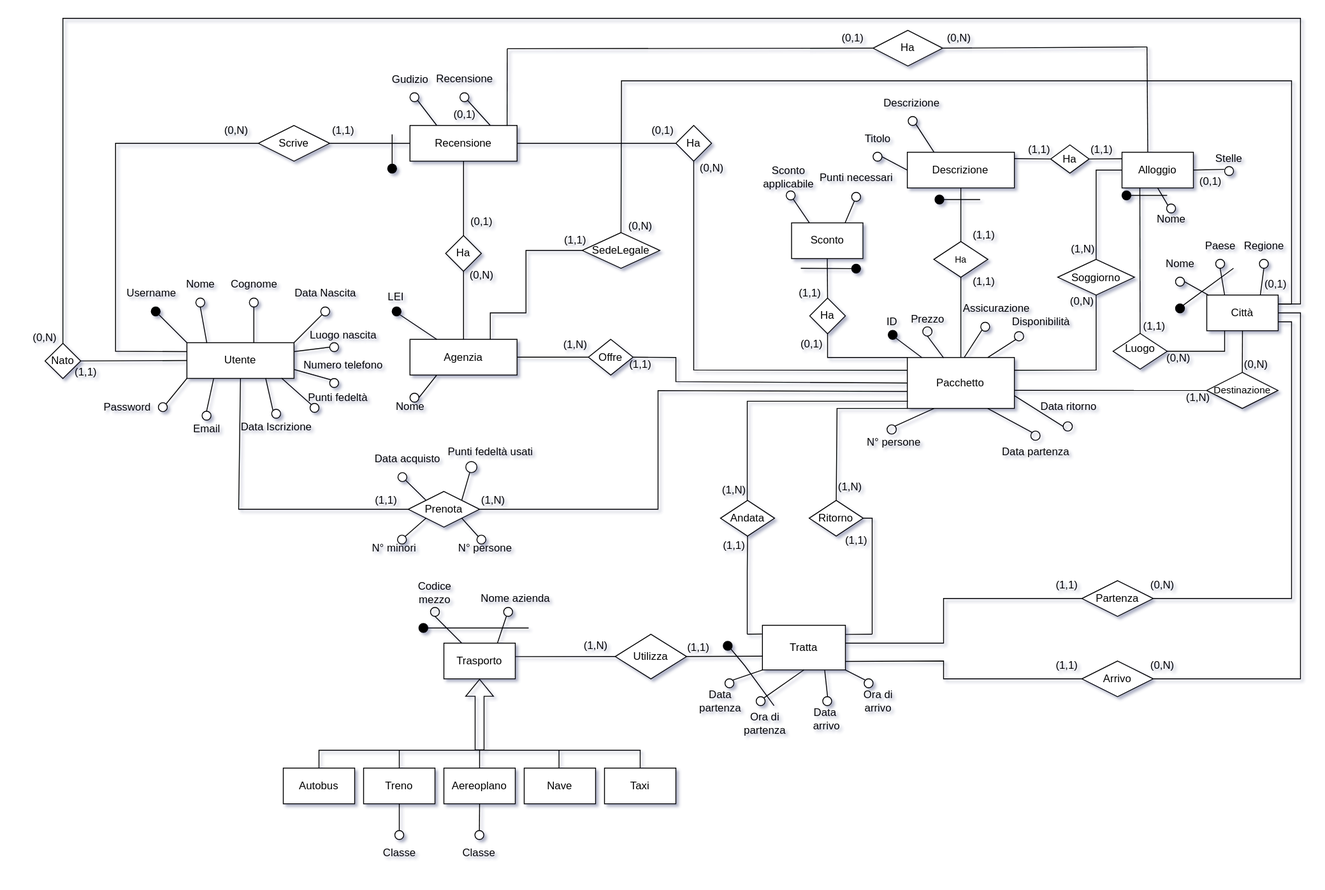
Before: relazione/assets/ER_logico.svg, a diagram exported from draw.io (bustre/Easy-travel). Source tidied: cells renumbered, new cells last; positions are measured from the earlier drawing's top-left corner, leaving out a move shared by most shapes.
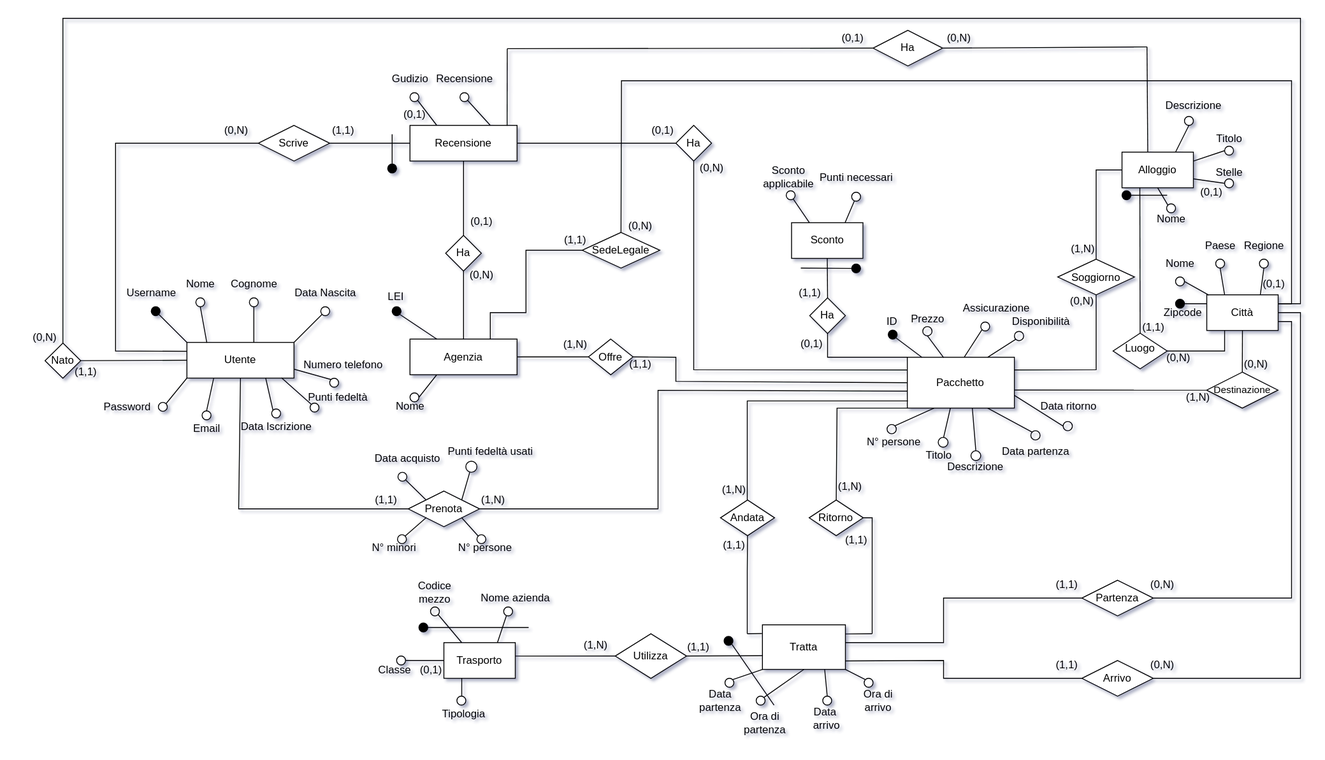
The same file after the commit.

Change to the diagram source:
```diff
@@ -112,13 +112,11 @@
     <mxCell id="37" value="Regione" style="text;html=1;align=center;verticalAlign=middle;strokeColor=none;fillColor=none;" parent="1" vertex="1">
       <mxGeometry x="1361" y="240" width="70" height="30" as="geometry" />
     </mxCell>
-    <mxCell id="38" style="endArrow=none;html=1;rounded=0;exitX=1;exitY=0;exitDx=0;exitDy=0;" parent="1" edge="1" source="39">
-      <mxGeometry relative="1" as="geometry">
-        <mxPoint x="1362" y="280" as="targetPoint" />
-      </mxGeometry>
+    <mxCell id="38" style="endArrow=none;html=1;rounded=0;exitX=1;exitY=0.5;exitDx=0;exitDy=0;entryX=0;entryY=0.25;entryDx=0;entryDy=0;" parent="1" edge="1" source="39" target="25">
+      <mxGeometry relative="1" as="geometry" />
     </mxCell>
     <mxCell id="39" style="ellipse;whiteSpace=wrap;html=1;fillColor=#000000;" parent="1" vertex="1">
-      <mxGeometry x="1297" y="320" width="10" height="10" as="geometry" />
+      <mxGeometry x="1297" y="315" width="10" height="10" as="geometry" />
     </mxCell>
     <mxCell id="40" value="&lt;font style=&quot;font-size: 12px;&quot;&gt;Soggiorno&lt;/font&gt;" style="rhombus;whiteSpace=wrap;html=1;spacingBottom=-1;fontSize=12;verticalAlign=middle;" parent="1" vertex="1">
       <mxGeometry x="1165" y="270" width="86" height="40" as="geometry" />
@@ -160,7 +158,7 @@
       <mxGeometry x="1168.2" y="244" width="50" height="30" as="geometry" />
     </mxCell>
     <mxCell id="49" value="&lt;div&gt;(1,1)&lt;/div&gt;" style="text;html=1;align=center;verticalAlign=middle;strokeColor=none;fillColor=none;" parent="1" vertex="1">
-      <mxGeometry x="1247.6" y="329.6" width="50" height="30" as="geometry" />
+      <mxGeometry x="1247" y="331.6" width="50" height="30" as="geometry" />
     </mxCell>
     <mxCell id="50" value="(0,N)" style="text;html=1;align=center;verticalAlign=middle;strokeColor=none;fillColor=none;" parent="1" vertex="1">
       <mxGeometry x="1275" y="366" width="50" height="30" as="geometry" />
@@ -653,15 +651,6 @@
     <mxCell id="180" value="(0,N)" style="text;html=1;align=center;verticalAlign=middle;strokeColor=none;fillColor=none;" parent="1" vertex="1">
       <mxGeometry x="672" y="218" width="50" height="30" as="geometry" />
     </mxCell>
-    <mxCell id="181" style="ellipse;whiteSpace=wrap;html=1;" parent="1" vertex="1">
-      <mxGeometry x="349" y="363.4" width="10" height="10" as="geometry" />
-    </mxCell>
-    <mxCell id="182" style="endArrow=none;html=1;rounded=0;exitX=1;exitY=0.25;exitDx=0;exitDy=0;entryX=0;entryY=0.5;entryDx=0;entryDy=0;" parent="1" edge="1" source="113" target="181">
-      <mxGeometry relative="1" as="geometry" />
-    </mxCell>
-    <mxCell id="183" value="Luogo nascita" style="text;html=1;align=center;verticalAlign=middle;strokeColor=none;fillColor=none;" parent="1" vertex="1">
-      <mxGeometry x="314" y="339.6" width="100" height="30" as="geometry" />
-    </mxCell>
     <mxCell id="184" style="ellipse;whiteSpace=wrap;html=1;" parent="1" vertex="1">
       <mxGeometry x="349" y="403.5" width="10" height="10" as="geometry" />
     </mxCell>
@@ -879,5 +868,8 @@
     <mxCell id="248" value="(0,1)" style="text;html=1;align=center;verticalAlign=middle;strokeColor=none;fillColor=none;" parent="1" vertex="1">
       <mxGeometry x="1312" y="180" width="50" height="30" as="geometry" />
     </mxCell>
+    <mxCell id="249" value="Zipcode" style="text;html=1;align=center;verticalAlign=middle;strokeColor=none;fillColor=none;" parent="1" vertex="1">
+      <mxGeometry x="1270" y="315" width="70" height="30" as="geometry" />
+    </mxCell>
   </root>
 </mxGraphModel>
```
